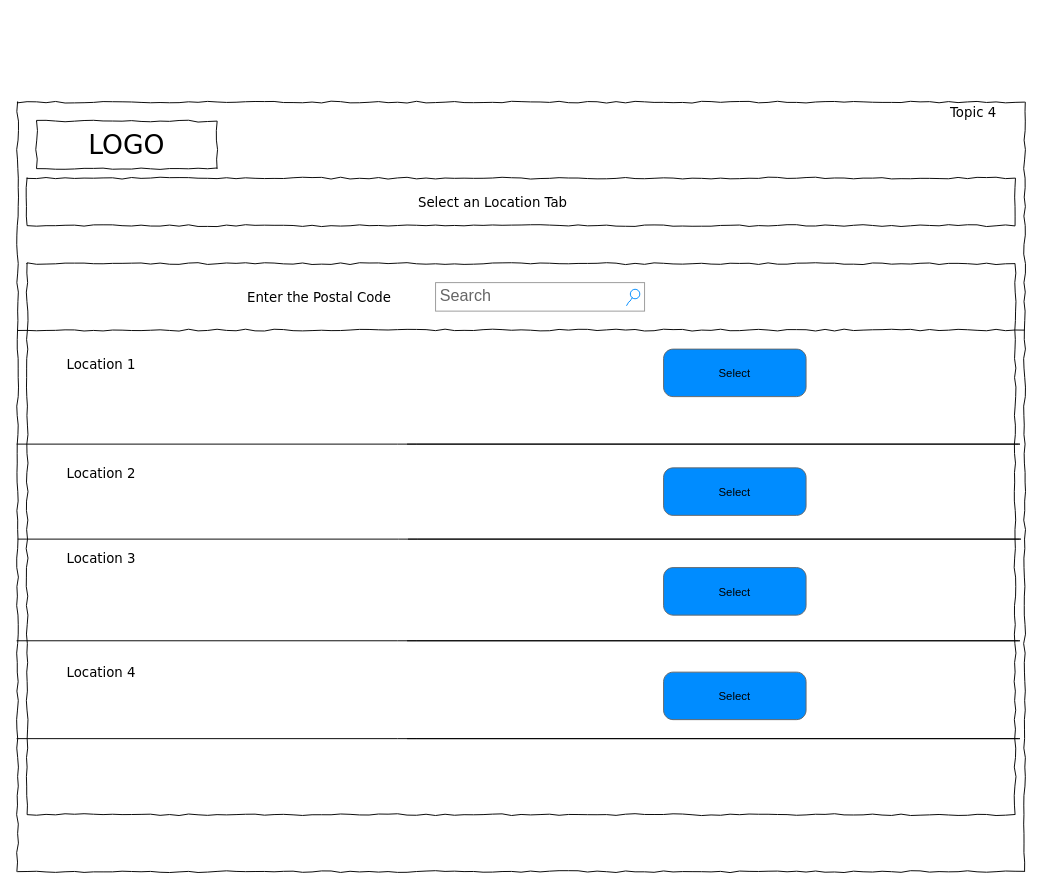
The draw.io diagram Select an Location.drawio in Janani-Manoharan/CovidDots, before the edit. Source tidied: cells renumbered, new cells numbered last; positions are measured from the earlier drawing's top-left corner, leaving out a move shared by most shapes. Both pictures are drawn from the tidied source at 95%, with x=0, y=0 at pixel (16, 102). Pictures stored in the file or linked from it are replaced by grey dashed boxes.
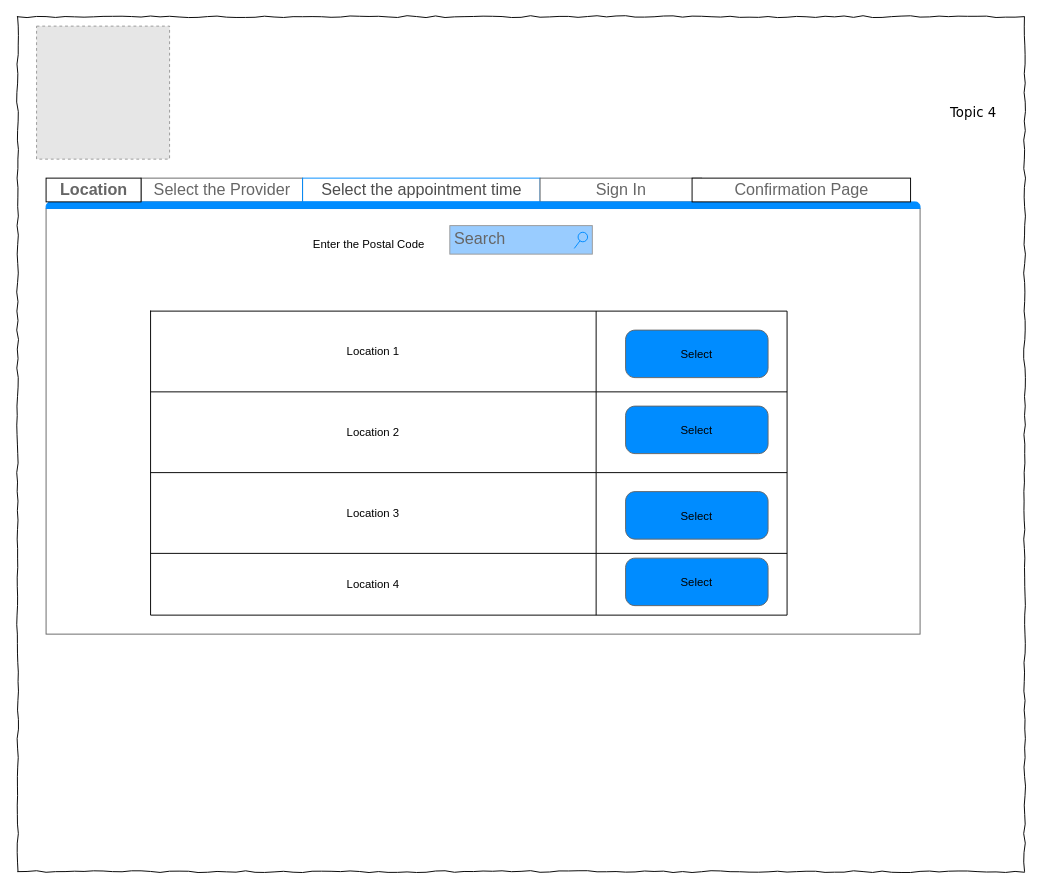
The same page after the edit.

Change to the diagram source:
```diff
@@
     <mxCell id="2" style="whiteSpace=wrap;html=1;rounded=0;shadow=0;labelBackgroundColor=none;strokeColor=#000000;strokeWidth=1;fillColor=none;fontFamily=Verdana;fontSize=12;fontColor=#000000;align=center;comic=1;" parent="1" vertex="1">
-      <mxGeometry x="1" width="1060" height="810" as="geometry" />
+      <mxGeometry x="1" y="-90" width="1060" height="900" as="geometry" />
     </mxCell>
-    <mxCell id="3" value="LOGO" style="whiteSpace=wrap;html=1;rounded=0;shadow=0;labelBackgroundColor=none;strokeWidth=1;fontFamily=Verdana;fontSize=28;align=center;comic=1;" parent="1" vertex="1">
-      <mxGeometry x="21" y="20" width="190" height="50" as="geometry" />
-    </mxCell>
+    <mxCell id="5" value="Topic 4" style="text;html=1;align=left;verticalAlign=top;spacingTop=-4;fontSize=14;fontFamily=Verdana;" parent="1" vertex="1">
+      <mxGeometry x="981" width="60" height="20" as="geometry" />
+    </mxCell>
+    <mxCell id="23" style="fillColor=#E6E6E6;strokeColor=#999999;dashed=1;verticalLabelPosition=bottom;verticalAlign=top;" parent="1" vertex="1">
+      <mxGeometry x="21" y="-80" width="140" height="140" as="geometry" />
+    </mxCell>
+    <mxCell id="24" style="strokeWidth=1;shadow=0;dashed=0;align=center;html=1;shape=mxgraph.mockup.containers.marginRect2;rectMarginTop=32;strokeColor=#666666;gradientColor=none;" parent="1" vertex="1">
+      <mxGeometry x="31" y="80" width="920" height="480" as="geometry" />
+    </mxCell>
+    <mxCell id="25" value="Select the Provider" style="strokeColor=inherit;fillColor=inherit;gradientColor=inherit;strokeWidth=1;shadow=0;dashed=0;align=center;html=1;shape=mxgraph.mockup.containers.rrect;rSize=0;fontSize=17;fontColor=#666666;gradientColor=none;" parent="24" vertex="1">
+      <mxGeometry width="170" height="25" relative="1" as="geometry">
+        <mxPoint x="100" as="offset" />
+      </mxGeometry>
+    </mxCell>
+    <mxCell id="26" value="&lt;font color=&quot;#4d4d4d&quot;&gt;Select the appointment time&lt;/font&gt;" style="strokeWidth=1;shadow=0;dashed=0;align=center;html=1;shape=mxgraph.mockup.containers.rrect;rSize=0;fontSize=17;fontColor=#ffffff;strokeColor=#008cff;fillColor=none;" parent="24" vertex="1">
+      <mxGeometry width="250" height="25" relative="1" as="geometry">
+        <mxPoint x="270" as="offset" />
+      </mxGeometry>
+    </mxCell>
+    <mxCell id="27" value="Sign In" style="strokeColor=inherit;fillColor=inherit;gradientColor=inherit;strokeWidth=1;shadow=0;dashed=0;align=center;html=1;shape=mxgraph.mockup.containers.rrect;rSize=0;fontSize=17;fontColor=#666666;gradientColor=none;" parent="24" vertex="1">
+      <mxGeometry width="170" height="25" relative="1" as="geometry">
+        <mxPoint x="520" as="offset" />
+      </mxGeometry>
+    </mxCell>
+    <mxCell id="28" style="strokeWidth=1;shadow=0;dashed=0;align=center;html=1;shape=mxgraph.mockup.containers.topButton;rSize=5;strokeColor=#008cff;fillColor=#008cff;gradientColor=none;" parent="24" vertex="1">
+      <mxGeometry width="920" height="7" relative="1" as="geometry">
+        <mxPoint y="25" as="offset" />
+      </mxGeometry>
+    </mxCell>
+    <mxCell id="29" style="shape=table;html=1;whiteSpace=wrap;startSize=0;childLayout=tableLayout;" parent="24" vertex="1">
+      <mxGeometry x="110" y="140" width="670" height="320" as="geometry" />
+    </mxCell>
+    <mxCell id="30" style="shape=partialRectangle;html=1;whiteSpace=wrap;fillColor=none;top=0;left=0;bottom=0;right=0;" parent="29" vertex="1">
+      <mxGeometry width="670" height="85" as="geometry" />
+    </mxCell>
+    <mxCell id="12" value="Location 1" style="shape=partialRectangle;html=1;whiteSpace=wrap;overflow=hidden;fillColor=none;top=0;left=0;bottom=0;right=0;" parent="30" vertex="1">
+      <mxGeometry width="469" height="85" as="geometry" />
+    </mxCell>
+    <mxCell id="31" style="shape=partialRectangle;html=1;whiteSpace=wrap;overflow=hidden;fillColor=none;top=0;left=0;bottom=0;right=0;" parent="30" vertex="1">
+      <mxGeometry x="469" width="201" height="85" as="geometry" />
+    </mxCell>
+    <mxCell id="32" style="shape=partialRectangle;html=1;whiteSpace=wrap;fillColor=none;top=0;left=0;bottom=0;right=0;" parent="29" vertex="1">
+      <mxGeometry y="85" width="670" height="85" as="geometry" />
+    </mxCell>
+    <mxCell id="13" value="Location 2" style="shape=partialRectangle;html=1;whiteSpace=wrap;overflow=hidden;fillColor=none;top=0;left=0;bottom=0;right=0;" parent="32" vertex="1">
+      <mxGeometry width="469" height="85" as="geometry" />
+    </mxCell>
+    <mxCell id="33" style="shape=partialRectangle;html=1;whiteSpace=wrap;overflow=hidden;fillColor=none;top=0;left=0;bottom=0;right=0;" parent="32" vertex="1">
+      <mxGeometry x="469" width="201" height="85" as="geometry" />
+    </mxCell>
+    <mxCell id="34" style="shape=partialRectangle;html=1;whiteSpace=wrap;fillColor=none;top=0;left=0;bottom=0;right=0;" parent="29" vertex="1">
+      <mxGeometry y="170" width="670" height="85" as="geometry" />
+    </mxCell>
+    <mxCell id="10" value="Location 3" style="shape=partialRectangle;html=1;whiteSpace=wrap;overflow=hidden;fillColor=none;top=0;left=0;bottom=0;right=0;" parent="34" vertex="1">
+      <mxGeometry width="469" height="85" as="geometry" />
+    </mxCell>
+    <mxCell id="35" style="shape=partialRectangle;html=1;whiteSpace=wrap;overflow=hidden;fillColor=none;top=0;left=0;bottom=0;right=0;" parent="34" vertex="1">
+      <mxGeometry x="469" width="201" height="85" as="geometry" />
+    </mxCell>
+    <mxCell id="36" style="shape=partialRectangle;html=1;whiteSpace=wrap;fillColor=none;top=0;left=0;bottom=0;right=0;" parent="29" vertex="1">
+      <mxGeometry y="255" width="670" height="65" as="geometry" />
+    </mxCell>
+    <mxCell id="11" value="Location 4" style="shape=partialRectangle;html=1;whiteSpace=wrap;overflow=hidden;fillColor=none;top=0;left=0;bottom=0;right=0;" parent="36" vertex="1">
+      <mxGeometry width="469" height="65" as="geometry" />
+    </mxCell>
+    <mxCell id="37" style="shape=partialRectangle;html=1;whiteSpace=wrap;overflow=hidden;fillColor=none;top=0;left=0;bottom=0;right=0;" parent="36" vertex="1">
+      <mxGeometry x="469" width="201" height="65" as="geometry" />
+    </mxCell>
+    <mxCell id="8" value="Enter the Postal Code" style="text;html=1;strokeColor=none;fillColor=none;align=center;verticalAlign=middle;whiteSpace=wrap;rounded=0;" parent="24" vertex="1">
+      <mxGeometry x="260" y="60" width="160" height="20" as="geometry" />
+    </mxCell>
+    <mxCell id="22" value="&lt;span style=&quot;color: rgb(0 , 0 , 0) ; font-size: 12px ; font-weight: 400&quot;&gt;Select&lt;/span&gt;" style="strokeWidth=1;shadow=0;dashed=0;align=center;html=1;shape=mxgraph.mockup.buttons.button;strokeColor=#666666;fontColor=#ffffff;mainText=;buttonStyle=round;fontSize=17;fontStyle=1;fillColor=#008cff;whiteSpace=wrap;" parent="24" vertex="1">
+      <mxGeometry x="610" y="160" width="150" height="50" as="geometry" />
+    </mxCell>
+    <mxCell id="38" value="&lt;span style=&quot;color: rgb(0 , 0 , 0) ; font-size: 12px ; font-weight: 400&quot;&gt;Select&lt;/span&gt;" style="strokeWidth=1;shadow=0;dashed=0;align=center;html=1;shape=mxgraph.mockup.buttons.button;strokeColor=#666666;fontColor=#ffffff;mainText=;buttonStyle=round;fontSize=17;fontStyle=1;fillColor=#008cff;whiteSpace=wrap;" parent="24" vertex="1">
+      <mxGeometry x="610" y="240" width="150" height="50" as="geometry" />
+    </mxCell>
+    <mxCell id="39" value="&lt;span style=&quot;color: rgb(0 , 0 , 0) ; font-size: 12px ; font-weight: 400&quot;&gt;Select&lt;/span&gt;" style="strokeWidth=1;shadow=0;dashed=0;align=center;html=1;shape=mxgraph.mockup.buttons.button;strokeColor=#666666;fontColor=#ffffff;mainText=;buttonStyle=round;fontSize=17;fontStyle=1;fillColor=#008cff;whiteSpace=wrap;" parent="24" vertex="1">
+      <mxGeometry x="610" y="330" width="150" height="50" as="geometry" />
+    </mxCell>
+    <mxCell id="40" value="&lt;span style=&quot;color: rgb(0 , 0 , 0) ; font-size: 12px ; font-weight: 400&quot;&gt;Select&lt;/span&gt;" style="strokeWidth=1;shadow=0;dashed=0;align=center;html=1;shape=mxgraph.mockup.buttons.button;strokeColor=#666666;fontColor=#ffffff;mainText=;buttonStyle=round;fontSize=17;fontStyle=1;fillColor=#008cff;whiteSpace=wrap;" parent="24" vertex="1">
+      <mxGeometry x="610" y="400" width="150" height="50" as="geometry" />
+    </mxCell>
+    <mxCell id="41" value="&lt;b&gt;Location&lt;/b&gt;" style="strokeColor=inherit;fillColor=inherit;gradientColor=inherit;strokeWidth=1;shadow=0;dashed=0;align=center;html=1;shape=mxgraph.mockup.containers.rrect;rSize=0;fontSize=17;fontColor=#666666;gradientColor=none;" parent="1" vertex="1">
+      <mxGeometry x="31" y="80" width="100" height="25" as="geometry" />
+    </mxCell>
+    <mxCell id="42" value="Confirmation Page" style="strokeColor=inherit;fillColor=inherit;gradientColor=inherit;strokeWidth=1;shadow=0;dashed=0;align=center;html=1;shape=mxgraph.mockup.containers.rrect;rSize=0;fontSize=17;fontColor=#666666;gradientColor=none;" parent="1" vertex="1">
+      <mxGeometry x="711" y="80" width="230" height="25" as="geometry" />
+    </mxCell>
-    <mxCell id="4" value="Search" style="strokeWidth=1;shadow=0;dashed=0;align=center;html=1;shape=mxgraph.mockup.forms.searchBox;strokeColor=#999999;mainText=;strokeColor2=#008cff;fontColor=#666666;fontSize=17;align=left;spacingLeft=3;rounded=0;labelBackgroundColor=none;comic=1;" parent="1" vertex="1">
-      <mxGeometry x="441" y="190" width="220" height="30" as="geometry" />
+    <mxCell id="4" value="Search" style="strokeWidth=1;shadow=0;dashed=0;align=center;html=1;shape=mxgraph.mockup.forms.searchBox;strokeColor=#999999;mainText=;strokeColor2=#008cff;fontColor=#666666;fontSize=17;align=left;spacingLeft=3;fillColor=#99CCFF;" parent="1" vertex="1">
+      <mxGeometry x="456" y="130" width="150" height="30" as="geometry" />
     </mxCell>
-    <mxCell id="5" value="Topic 4" style="text;html=1;align=left;verticalAlign=top;spacingTop=-4;fontSize=14;fontFamily=Verdana;" parent="1" vertex="1">
-      <mxGeometry x="981" width="60" height="20" as="geometry" />
-    </mxCell>
-    <mxCell id="6" style="line;strokeWidth=1;html=1;rounded=0;shadow=0;labelBackgroundColor=none;fillColor=none;fontFamily=Verdana;fontSize=14;fontColor=#000000;align=center;comic=1;" parent="1" vertex="1">
-      <mxGeometry x="1" y="235" width="1060" height="10" as="geometry" />
-    </mxCell>
-    <mxCell id="7" style="whiteSpace=wrap;html=1;rounded=0;shadow=0;labelBackgroundColor=none;strokeWidth=1;fillColor=none;fontFamily=Verdana;fontSize=12;align=center;comic=1;" parent="1" vertex="1">
-      <mxGeometry x="11" y="80" width="1040" height="50" as="geometry" />
-    </mxCell>
-    <mxCell id="8" value="Enter the Postal Code" style="text;html=1;align=left;verticalAlign=top;spacingTop=-4;fontSize=14;fontFamily=Verdana;" parent="1" vertex="1">
-      <mxGeometry x="241" y="195" width="60" height="20" as="geometry" />
-    </mxCell>
-    <mxCell id="9" value="Select an Location Tab" style="text;html=1;align=left;verticalAlign=top;spacingTop=-4;fontSize=14;fontFamily=Verdana;" parent="1" vertex="1">
-      <mxGeometry x="421" y="95" width="170" height="20" as="geometry" />
-    </mxCell>
-    <mxCell id="10" value="Location 3" style="text;html=1;align=left;verticalAlign=top;spacingTop=-4;fontSize=14;fontFamily=Verdana;" parent="1" vertex="1">
-      <mxGeometry x="51" y="470" width="170" height="20" as="geometry" />
-    </mxCell>
-    <mxCell id="11" value="Location 4" style="text;html=1;align=left;verticalAlign=top;spacingTop=-4;fontSize=14;fontFamily=Verdana;" parent="1" vertex="1">
-      <mxGeometry x="51" y="590" width="170" height="20" as="geometry" />
-    </mxCell>
-    <mxCell id="12" value="Location 1&amp;nbsp;" style="text;html=1;align=left;verticalAlign=top;spacingTop=-4;fontSize=14;fontFamily=Verdana;" parent="1" vertex="1">
-      <mxGeometry x="51" y="265" width="170" height="65" as="geometry" />
-    </mxCell>
-    <mxCell id="13" value="Location 2" style="text;html=1;align=left;verticalAlign=top;spacingTop=-4;fontSize=14;fontFamily=Verdana;" parent="1" vertex="1">
-      <mxGeometry x="51" y="380" width="170" height="50" as="geometry" />
-    </mxCell>
-    <mxCell id="14" style="endArrow=none;html=1;" parent="1" edge="1">
-      <mxGeometry relative="1" as="geometry">
-        <mxPoint y="360" as="sourcePoint" />
-        <mxPoint x="411" y="360" as="targetPoint" />
-        <Array as="points">
-          <mxPoint x="411" y="360" />
-          <mxPoint x="1061" y="360" />
-        </Array>
-      </mxGeometry>
-    </mxCell>
-    <mxCell id="15" style="endArrow=none;html=1;" parent="1" edge="1">
-      <mxGeometry relative="1" as="geometry">
-        <mxPoint x="1" y="460" as="sourcePoint" />
-        <mxPoint x="412" y="460" as="targetPoint" />
-        <Array as="points">
-          <mxPoint x="412" y="460" />
-          <mxPoint x="1062" y="460" />
-        </Array>
-      </mxGeometry>
-    </mxCell>
-    <mxCell id="16" style="endArrow=none;html=1;" parent="1" edge="1">
-      <mxGeometry relative="1" as="geometry">
-        <mxPoint y="567" as="sourcePoint" />
-        <mxPoint x="411" y="567" as="targetPoint" />
-        <Array as="points">
-          <mxPoint x="411" y="567" />
-          <mxPoint x="1061" y="567" />
-        </Array>
-      </mxGeometry>
-    </mxCell>
-    <mxCell id="17" style="endArrow=none;html=1;" parent="1" edge="1">
-      <mxGeometry relative="1" as="geometry">
-        <mxPoint y="670" as="sourcePoint" />
-        <mxPoint x="411" y="670" as="targetPoint" />
-        <Array as="points">
-          <mxPoint x="411" y="670" />
-          <mxPoint x="1061" y="670" />
-        </Array>
-      </mxGeometry>
-    </mxCell>
-    <mxCell id="18" style="whiteSpace=wrap;html=1;rounded=0;shadow=0;labelBackgroundColor=none;strokeWidth=1;fillColor=none;fontFamily=Verdana;fontSize=12;align=center;comic=1;" parent="1" vertex="1">
-      <mxGeometry x="11" y="170" width="1040" height="580" as="geometry" />
-    </mxCell>
-    <mxCell id="19" value="&lt;span style=&quot;color: rgb(0 , 0 , 0) ; font-size: 12px ; font-weight: 400&quot;&gt;Select&lt;/span&gt;" style="strokeWidth=1;shadow=0;dashed=0;align=center;html=1;shape=mxgraph.mockup.buttons.button;strokeColor=#666666;fontColor=#ffffff;mainText=;buttonStyle=round;fontSize=17;fontStyle=1;fillColor=#008cff;whiteSpace=wrap;" parent="1" vertex="1">
-      <mxGeometry x="681" y="260" width="150" height="50" as="geometry" />
-    </mxCell>
-    <mxCell id="20" value="&lt;span style=&quot;color: rgb(0 , 0 , 0) ; font-size: 12px ; font-weight: 400&quot;&gt;Select&lt;/span&gt;" style="strokeWidth=1;shadow=0;dashed=0;align=center;html=1;shape=mxgraph.mockup.buttons.button;strokeColor=#666666;fontColor=#ffffff;mainText=;buttonStyle=round;fontSize=17;fontStyle=1;fillColor=#008cff;whiteSpace=wrap;" parent="1" vertex="1">
-      <mxGeometry x="681" y="385" width="150" height="50" as="geometry" />
-    </mxCell>
-    <mxCell id="21" value="&lt;span style=&quot;color: rgb(0 , 0 , 0) ; font-size: 12px ; font-weight: 400&quot;&gt;Select&lt;/span&gt;" style="strokeWidth=1;shadow=0;dashed=0;align=center;html=1;shape=mxgraph.mockup.buttons.button;strokeColor=#666666;fontColor=#ffffff;mainText=;buttonStyle=round;fontSize=17;fontStyle=1;fillColor=#008cff;whiteSpace=wrap;" parent="1" vertex="1">
-      <mxGeometry x="681" y="490" width="150" height="50" as="geometry" />
-    </mxCell>
-    <mxCell id="22" value="&lt;span style=&quot;color: rgb(0 , 0 , 0) ; font-size: 12px ; font-weight: 400&quot;&gt;Select&lt;/span&gt;" style="strokeWidth=1;shadow=0;dashed=0;align=center;html=1;shape=mxgraph.mockup.buttons.button;strokeColor=#666666;fontColor=#ffffff;mainText=;buttonStyle=round;fontSize=17;fontStyle=1;fillColor=#008cff;whiteSpace=wrap;" parent="1" vertex="1">
-      <mxGeometry x="681" y="600" width="150" height="50" as="geometry" />
-    </mxCell>
```
